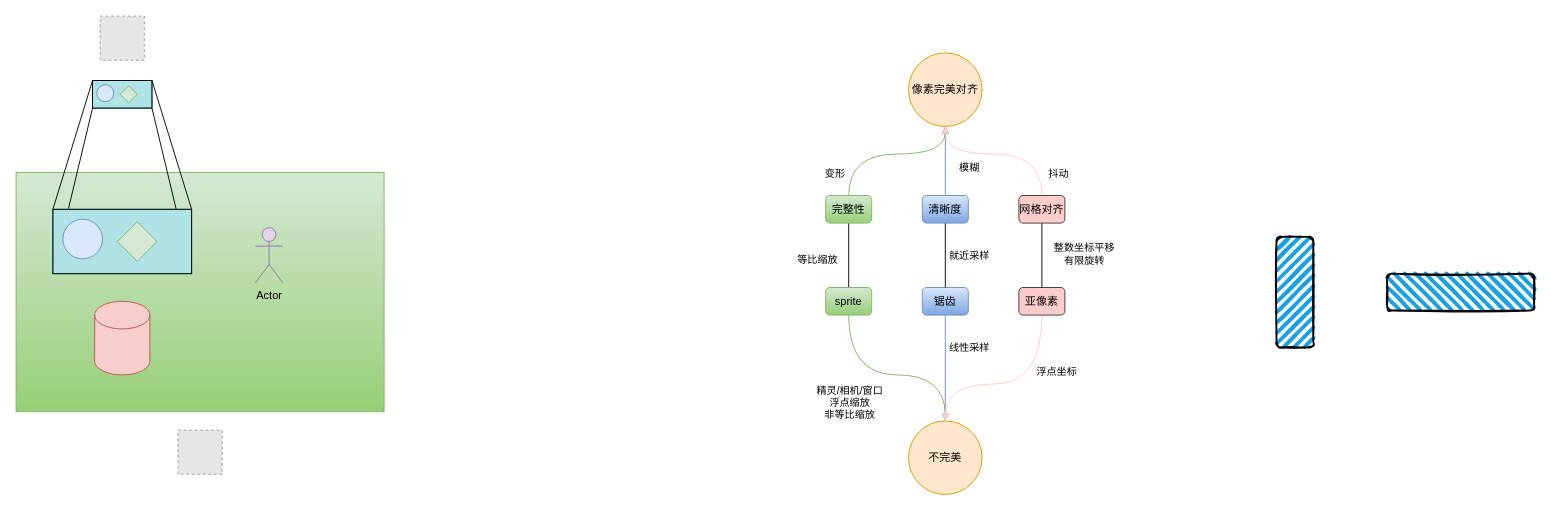
Before: page "复古像素风" (5 of 5) of bevy-0.17.drawio in topkg/graph, a draw.io diagram. Source tidied: cells renumbered, new cells numbered last; positions are measured from the earlier drawing's top-left corner, leaving out a move shared by most shapes. Both pictures are drawn from the tidied source at 92%, with x=0, y=0 at pixel (16, 16). Pictures stored in the file or linked from it are replaced by grey dashed boxes.
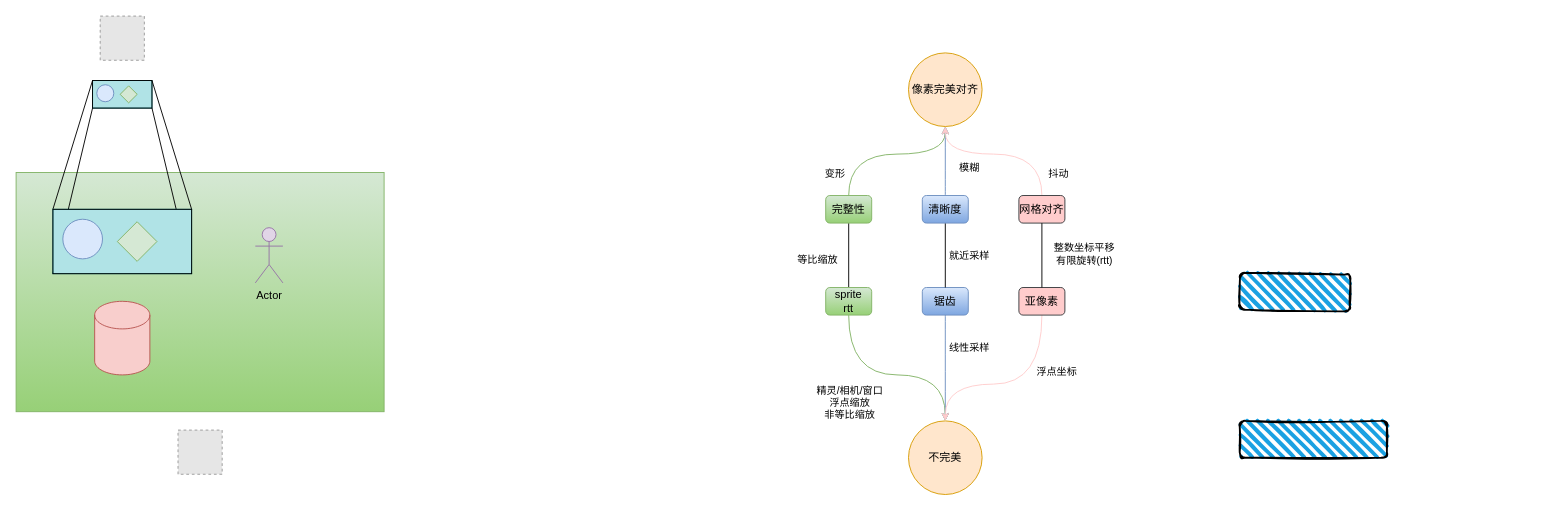
The same page after the edit.

Commit message:
rtt也能保证形状完整性

The change refers to these unchanged cells:
```xml
<mxCell id="42" style="edgeStyle=orthogonalEdgeStyle;rounded=0;jettySize=auto;html=1;endArrow=none;endFill=0;" parent="1" edge="1" source="30" target="39">
  <mxGeometry relative="1" as="geometry" />
</mxCell>
```

Change to the diagram source:
```diff
@@
-    <mxCell id="33" value="sprite" style="rounded=1;whiteSpace=wrap;html=1;fillColor=#d5e8d4;gradientColor=#97d077;strokeColor=#82b366;" parent="1" vertex="1">
+    <mxCell id="33" value="sprite&lt;div&gt;rtt&lt;/div&gt;" style="rounded=1;whiteSpace=wrap;html=1;fillColor=#d5e8d4;gradientColor=#97d077;strokeColor=#82b366;" parent="1" vertex="1">
       <mxGeometry x="880" y="295" width="50" height="30" as="geometry" />
     </mxCell>
@@
-    <mxCell id="43" value="整数坐标平移&lt;div&gt;有限旋转&lt;/div&gt;" style="edgeLabel;html=1;align=center;verticalAlign=middle;" parent="42" vertex="1">
+    <mxCell id="43" value="整数坐标平移&lt;div&gt;有限旋转(rtt)&lt;/div&gt;" style="edgeLabel;html=1;align=center;verticalAlign=middle;" parent="42" vertex="1">
       <mxGeometry x="-0.03" relative="1" as="geometry">
         <mxPoint x="45" y="-1" as="offset" />
       </mxGeometry>
     </mxCell>
@@
     <mxCell id="45" style="rounded=1;whiteSpace=wrap;html=1;strokeWidth=2;fillWeight=4;hachureGap=8;hachureAngle=45;fillColor=#1ba1e2;sketch=1;rotation=0;" parent="1" vertex="1">
-      <mxGeometry x="1490" y="280" width="160" height="40" as="geometry" />
+      <mxGeometry x="1330" y="440" width="160" height="40" as="geometry" />
     </mxCell>
-    <mxCell id="46" style="rounded=1;whiteSpace=wrap;html=1;strokeWidth=2;fillWeight=4;hachureGap=8;hachureAngle=45;fillColor=#1ba1e2;sketch=1;rotation=90;" parent="1" vertex="1">
+    <mxCell id="46" style="rounded=1;whiteSpace=wrap;html=1;strokeWidth=2;fillWeight=4;hachureGap=8;hachureAngle=45;fillColor=#1ba1e2;sketch=1;rotation=1;" parent="1" vertex="1">
       <mxGeometry x="1330" y="280" width="120" height="40" as="geometry" />
     </mxCell>
```
